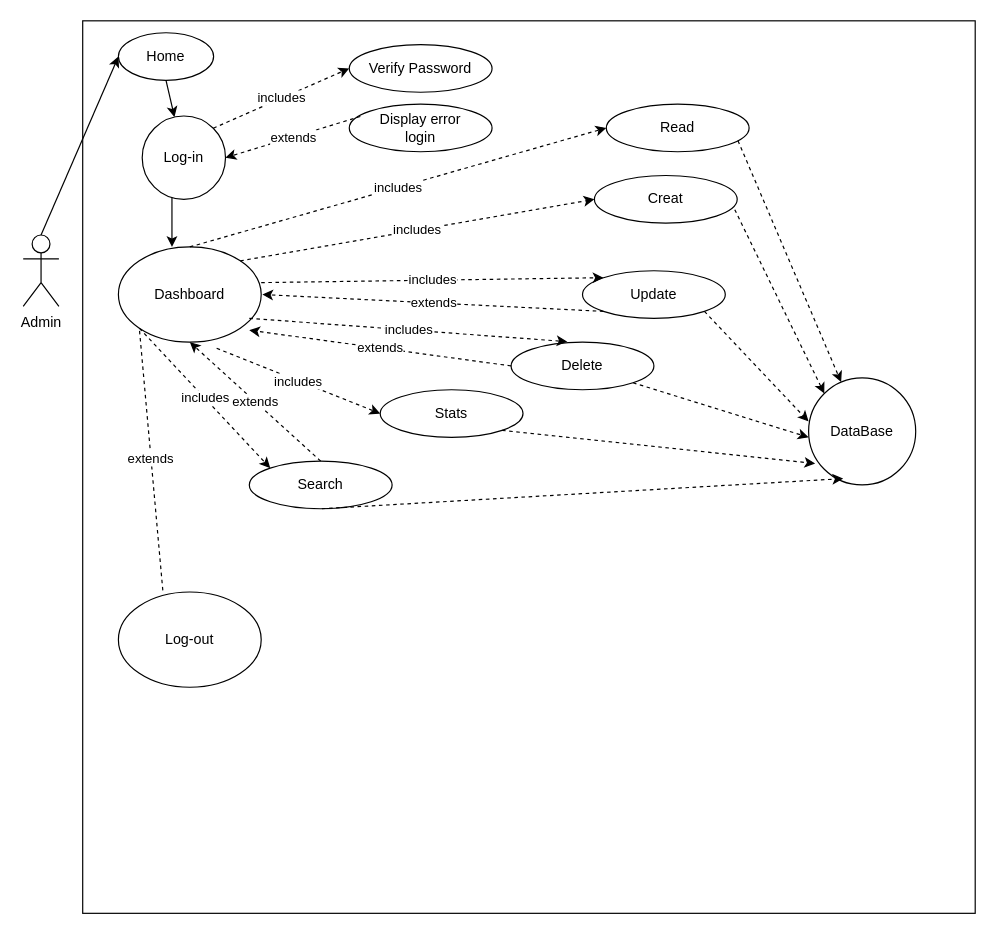
Above: Conceptions/UML/UseCase.drawio in JAMALEEY/Application-de-gestion-d-cole-BETA (draw.io), before the change. Source tidied: cells renumbered, new cells numbered last; positions are measured from the earlier drawing's top-left corner, leaving out a move shared by most shapes. Both pictures are drawn from the tidied source at 119%, with x=0, y=0 at pixel (23, 20).
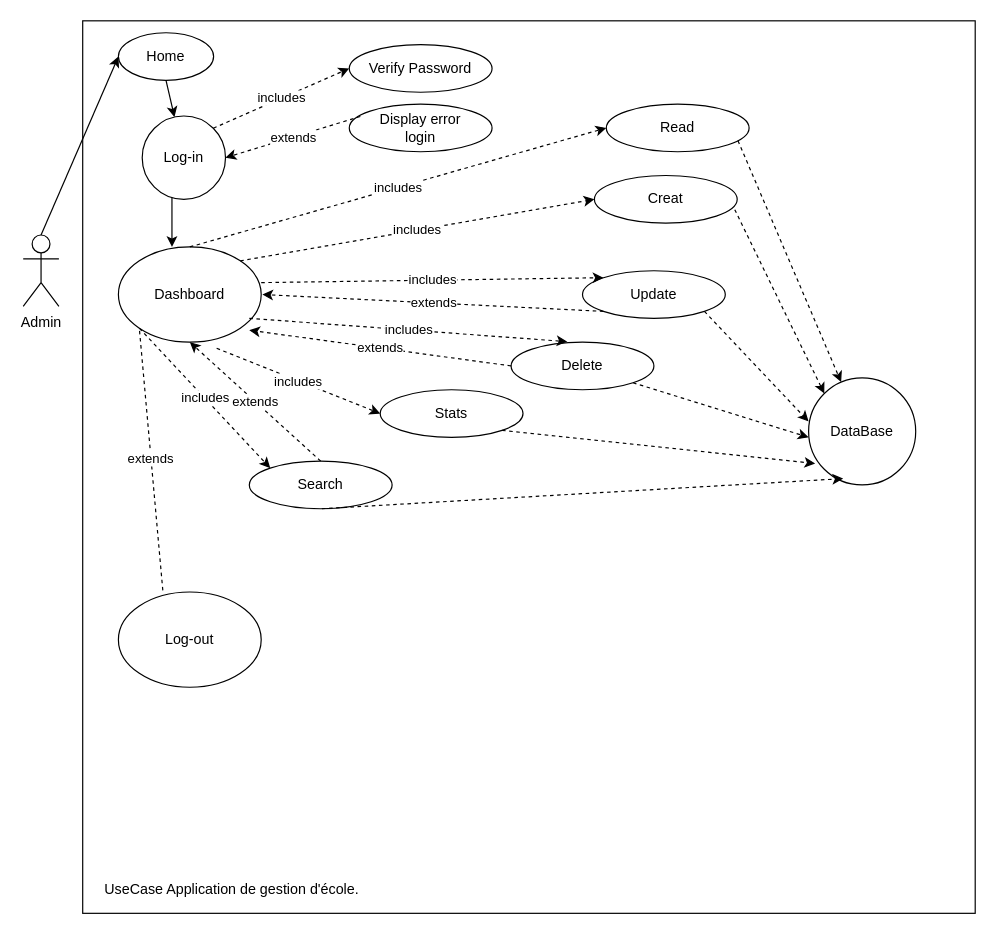
Above is the later version.

Diff of the diagram source:
```diff
@@
+    <mxCell id="38" value="UseCase Application de gestion d'école.&lt;br&gt;" style="text;html=1;align=center;verticalAlign=middle;" parent="1" vertex="1">
+      <mxGeometry x="60" y="720" width="230" height="20" as="geometry" />
+    </mxCell>
```
